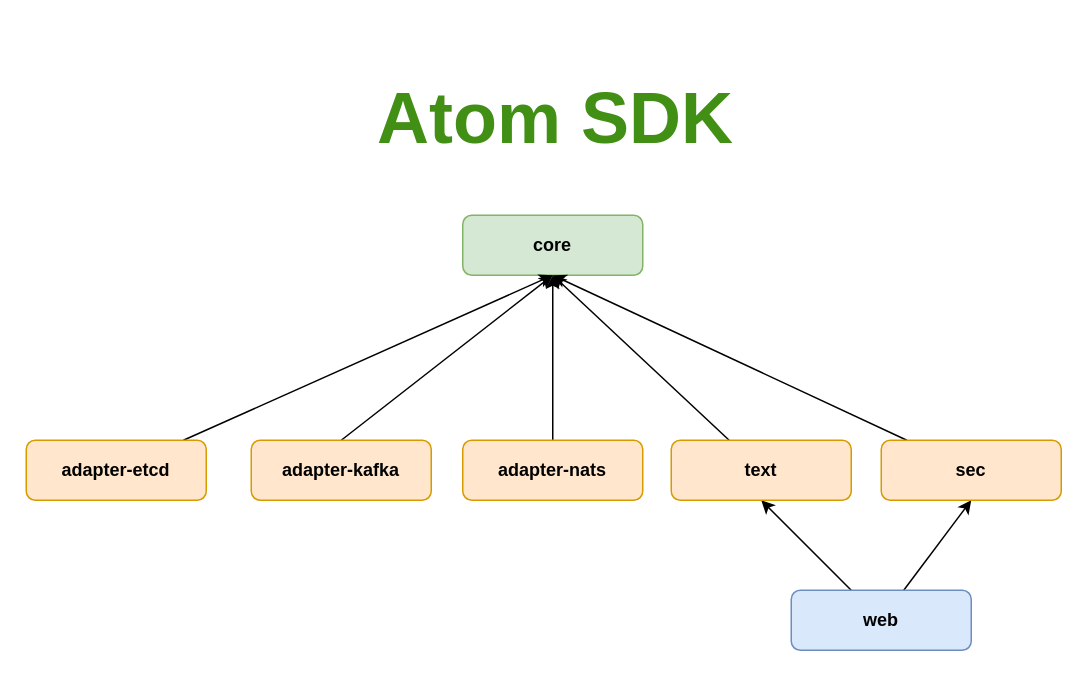
This is .docs/atom.drawio from memoria-io/atom, a draw.io file, before an edit. Source tidied: cells renumbered, new cells numbered last; positions are measured from the earlier drawing's top-left corner, leaving out a move shared by most shapes. Both pictures are drawn from the tidied source at 150%, with x=0, y=0 at pixel (26, 64).
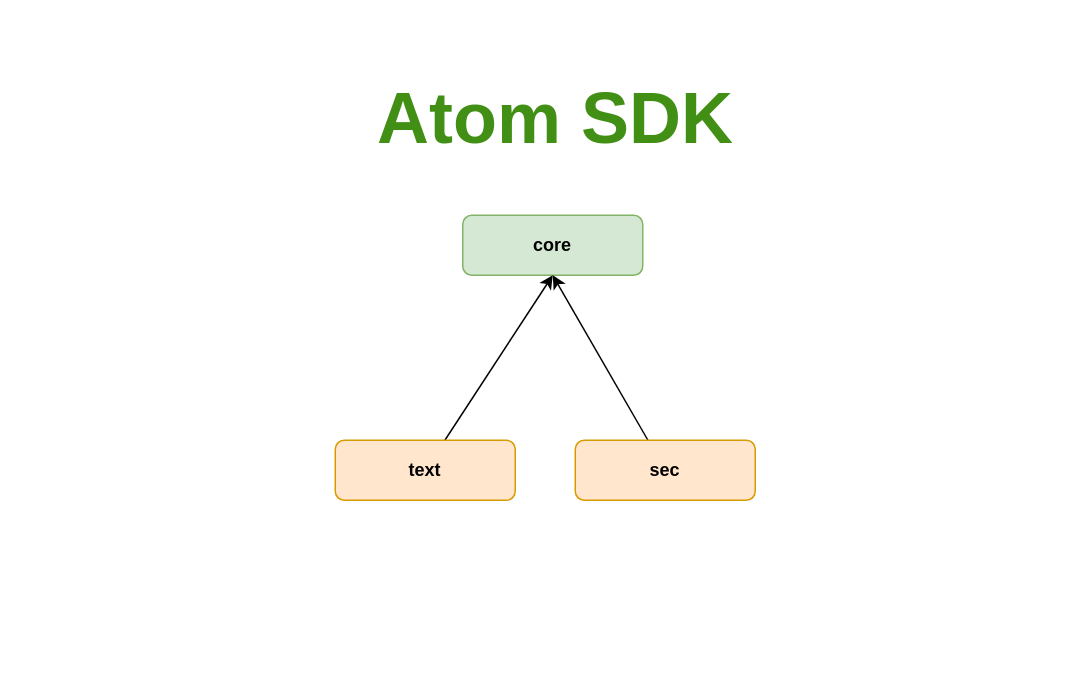
The same page after the edit.

The edit, as a diff of the source:
```diff
@@
 <mxGraphModel>
   <root>
     <mxCell id="0" />
     <mxCell id="1" parent="0" />
     <mxCell id="2" value="&lt;b&gt;core&lt;/b&gt;" style="rounded=1;whiteSpace=wrap;html=1;fillColor=#d5e8d4;strokeColor=#82b366;" parent="1" vertex="1">
       <mxGeometry x="291" y="100" width="120" height="40" as="geometry" />
     </mxCell>
-    <mxCell id="3" style="edgeStyle=none;rounded=0;jettySize=auto;html=1;entryX=0.5;entryY=1;entryDx=0;entryDy=0;exitX=0.5;exitY=0;exitDx=0;exitDy=0;" parent="1" edge="1" source="14" target="2">
-      <mxGeometry relative="1" as="geometry" />
-    </mxCell>
-    <mxCell id="4" style="rounded=0;jettySize=auto;html=1;entryX=0.5;entryY=1;entryDx=0;entryDy=0;exitX=0.5;exitY=0;exitDx=0;exitDy=0;" parent="1" edge="1" source="15" target="2">
-      <mxGeometry relative="1" as="geometry" />
-    </mxCell>
-    <mxCell id="5" style="rounded=0;jettySize=auto;html=1;entryX=0.5;entryY=1;entryDx=0;entryDy=0;" parent="1" edge="1" source="7" target="11">
-      <mxGeometry relative="1" as="geometry" />
-    </mxCell>
-    <mxCell id="6" style="rounded=0;jettySize=auto;html=1;entryX=0.5;entryY=1;entryDx=0;entryDy=0;" parent="1" edge="1" source="7" target="9">
-      <mxGeometry relative="1" as="geometry" />
-    </mxCell>
-    <mxCell id="7" value="&lt;b&gt;web&lt;/b&gt;" style="rounded=1;whiteSpace=wrap;html=1;fillColor=#dae8fc;strokeColor=#6c8ebf;" parent="1" vertex="1">
-      <mxGeometry x="510" y="350" width="120" height="40" as="geometry" />
-    </mxCell>
     <mxCell id="8" style="edgeStyle=none;rounded=0;jettySize=auto;html=1;entryX=0.5;entryY=1;entryDx=0;entryDy=0;" parent="1" edge="1" source="9" target="2">
       <mxGeometry relative="1" as="geometry" />
     </mxCell>
     <mxCell id="9" value="&lt;b&gt;sec&lt;/b&gt;" style="rounded=1;whiteSpace=wrap;html=1;fillColor=#ffe6cc;strokeColor=#d79b00;" parent="1" vertex="1">
-      <mxGeometry x="570" y="250" width="120" height="40" as="geometry" />
+      <mxGeometry x="366" y="250" width="120" height="40" as="geometry" />
     </mxCell>
     <mxCell id="10" style="edgeStyle=none;rounded=0;jettySize=auto;html=1;entryX=0.5;entryY=1;entryDx=0;entryDy=0;" parent="1" edge="1" source="11" target="2">
       <mxGeometry relative="1" as="geometry" />
     </mxCell>
     <mxCell id="11" value="&lt;b&gt;text&lt;/b&gt;" style="rounded=1;whiteSpace=wrap;html=1;fillColor=#ffe6cc;strokeColor=#d79b00;" parent="1" vertex="1">
-      <mxGeometry x="430" y="250" width="120" height="40" as="geometry" />
+      <mxGeometry x="206" y="250" width="120" height="40" as="geometry" />
     </mxCell>
-    <mxCell id="12" style="rounded=0;jettySize=auto;html=1;" parent="1" edge="1" source="13">
-      <mxGeometry relative="1" as="geometry">
-        <mxPoint x="351" y="140" as="targetPoint" />
-      </mxGeometry>
-    </mxCell>
-    <mxCell id="13" value="&lt;b&gt;adapter-etcd&lt;/b&gt;" style="rounded=1;whiteSpace=wrap;html=1;fillColor=#ffe6cc;strokeColor=#d79b00;" parent="1" vertex="1">
-      <mxGeometry y="250" width="120" height="40" as="geometry" />
-    </mxCell>
-    <mxCell id="14" value="&lt;b&gt;adapter-kafka&lt;/b&gt;" style="rounded=1;whiteSpace=wrap;html=1;fillColor=#ffe6cc;strokeColor=#d79b00;" parent="1" vertex="1">
-      <mxGeometry x="150" y="250" width="120" height="40" as="geometry" />
-    </mxCell>
-    <mxCell id="15" value="&lt;b&gt;adapter-nats&lt;/b&gt;" style="rounded=1;whiteSpace=wrap;html=1;fillColor=#ffe6cc;strokeColor=#d79b00;" parent="1" vertex="1">
-      <mxGeometry x="291" y="250" width="120" height="40" as="geometry" />
-    </mxCell>
     <mxCell id="16" value="&lt;h1&gt;&lt;font color=&quot;#428f15&quot;&gt;Atom SDK&lt;/font&gt;&lt;/h1&gt;" style="text;html=1;strokeColor=none;fillColor=none;align=center;verticalAlign=middle;whiteSpace=wrap;rounded=0;fontSize=24;" parent="1" vertex="1">
       <mxGeometry x="213" width="280" height="70" as="geometry" />
     </mxCell>
   </root>
 </mxGraphModel>
```
